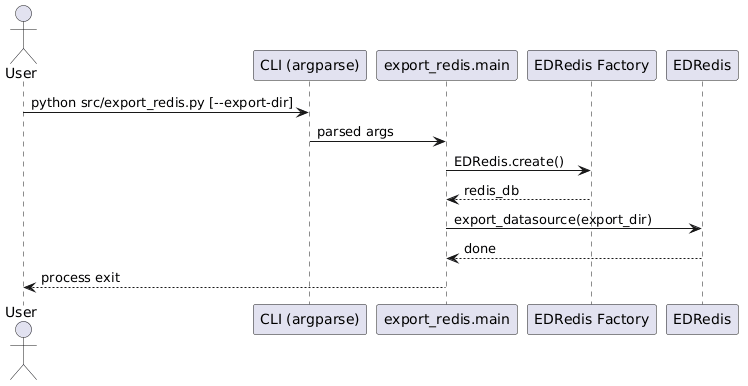
The PlantUML diagram docs/datastore_transfer_sequences/export_redis.png in fazleskhan/elite_dangerous_discord_tools, before a commit.
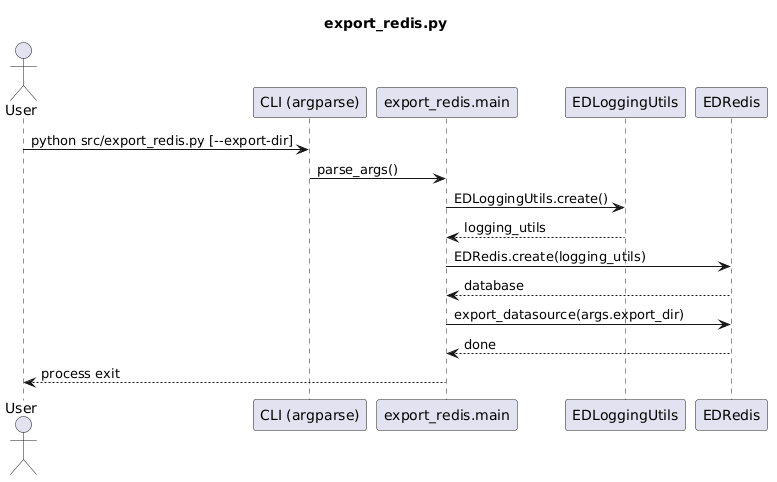
After the commit.

What changed in the source:
```diff
@@ -1,15 +1,19 @@
 @startuml
+title export_redis.py
+
 actor User
 participant "CLI (argparse)" as CLI
 participant "export_redis.main" as Main
-participant "EDRedis Factory" as RedisFactory
+participant "EDLoggingUtils" as Logging
 participant "EDRedis" as RedisDB
 
 User -> CLI : python src/export_redis.py [--export-dir]
-CLI -> Main : parsed args
-Main -> RedisFactory : EDRedis.create()
-RedisFactory --> Main : redis_db
-Main -> RedisDB : export_datasource(export_dir)
+CLI -> Main : parse_args()
+Main -> Logging : EDLoggingUtils.create()
+Logging --> Main : logging_utils
+Main -> RedisDB : EDRedis.create(logging_utils)
+RedisDB --> Main : database
+Main -> RedisDB : export_datasource(args.export_dir)
 RedisDB --> Main : done
 Main --> User : process exit
 @enduml
```
